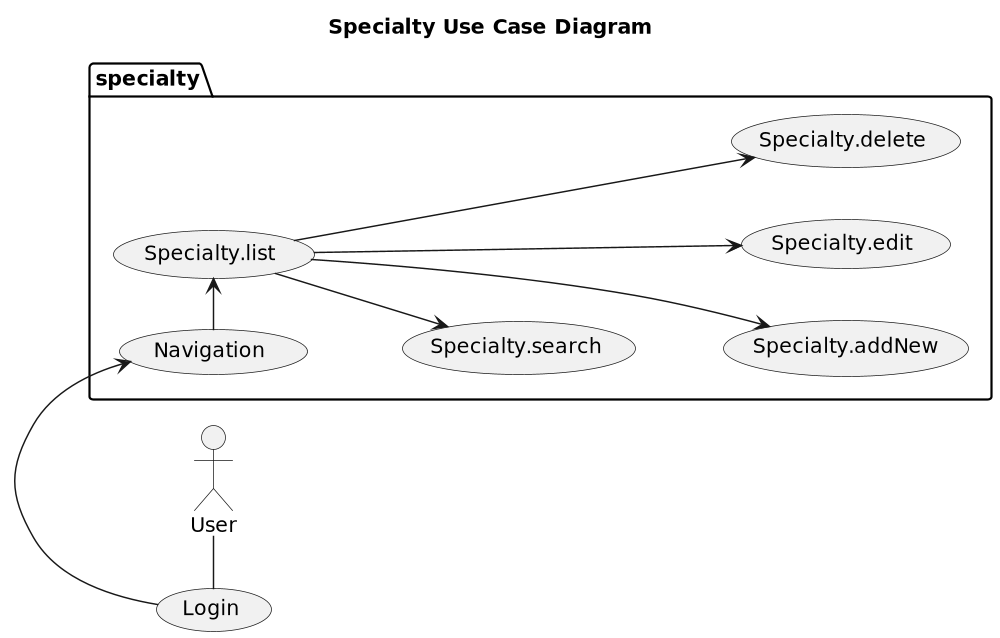
Earlier version of the PlantUML export uml/vet/concept/Specialty__UseCase-Specialty_Use_Case_Diagram.png (Jakarta-EE-Petclinic/petclinic-uml). The source it was exported from:
```plantuml
@startuml

title Specialty Use Case Diagram


left to right direction

scale 1000 width

User - (Login)
package specialty {
    (Login) -> (Navigation)
    (Navigation) -> (Specialty.list)
    (Specialty.list) --> (Specialty.search)
    (Specialty.list) ---> (Specialty.addNew)
    (Specialty.list) ---> (Specialty.edit)
    (Specialty.list) ---> (Specialty.delete)
}
@enduml
```
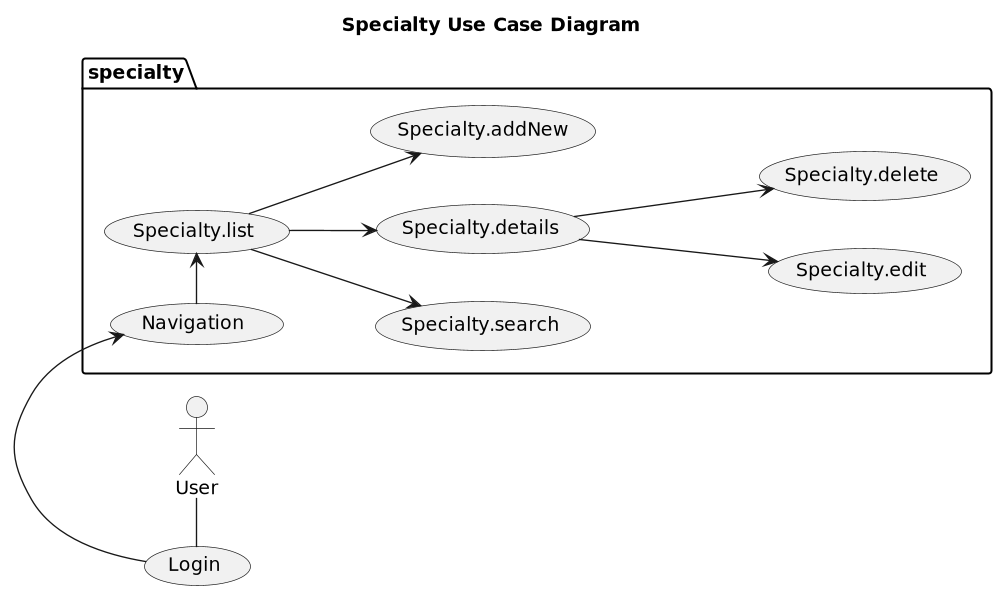
After the change.

Diff of the diagram source:
```diff
@@ -12,8 +12,9 @@
     (Login) -> (Navigation)
     (Navigation) -> (Specialty.list)
     (Specialty.list) --> (Specialty.search)
-    (Specialty.list) ---> (Specialty.addNew)
-    (Specialty.list) ---> (Specialty.edit)
-    (Specialty.list) ---> (Specialty.delete)
+    (Specialty.list) --> (Specialty.details)
+    (Specialty.list) --> (Specialty.addNew)
+    (Specialty.details) ---> (Specialty.edit)
+    (Specialty.details) ---> (Specialty.delete)
 }
 @enduml
```
